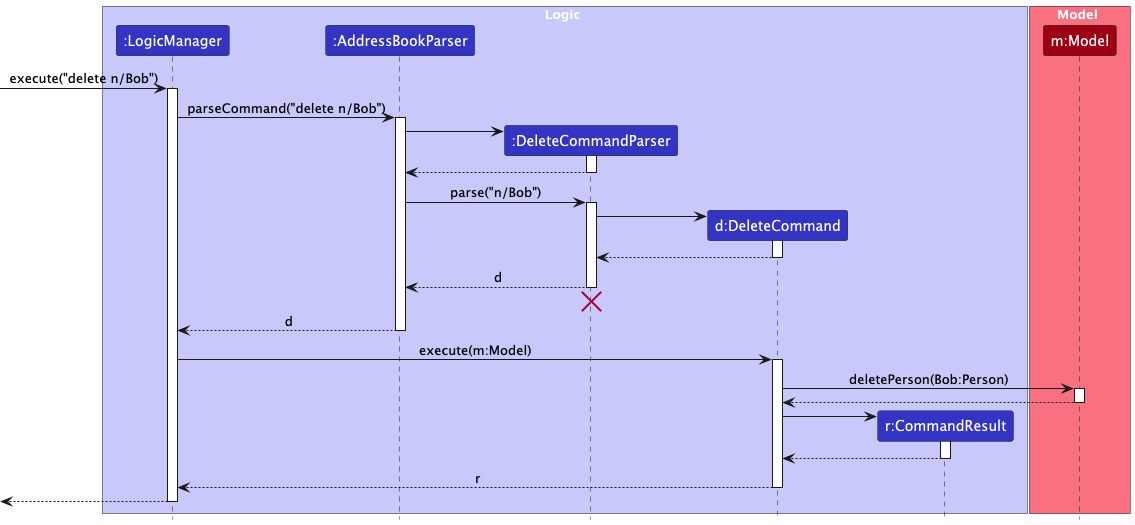
The PlantUML diagram docs/images/DeleteSequenceDiagram.png in nus-cs2103-AY2425S1/tp, before a commit.
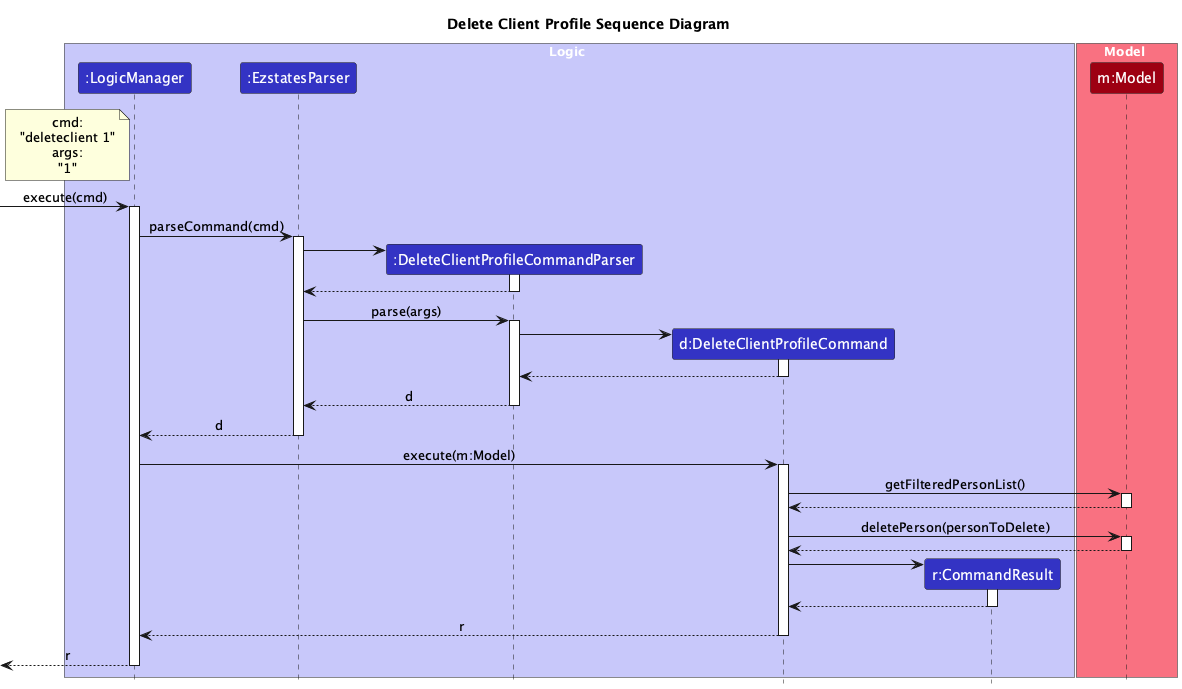
Later version of the same file.

What changed in the source:
```diff
@@ -1,69 +1,78 @@
 @startuml
 !include style.puml
 skinparam ArrowFontStyle plain
+skinparam ParticipantBackgroundColor LOGIC_COLOR
+
+title Delete Client Profile Sequence Diagram
 
 box Logic LOGIC_COLOR_T1
 participant ":LogicManager" as LogicManager LOGIC_COLOR
-participant ":AddressBookParser" as AddressBookParser LOGIC_COLOR
-participant ":DeleteCommandParser" as DeleteCommandParser LOGIC_COLOR
-participant "d:DeleteCommand" as DeleteCommand LOGIC_COLOR
+participant ":EzstatesParser" as EzstatesParser LOGIC_COLOR
+participant ":DeleteClientProfileCommandParser" as DeleteClientProfileCommandParser LOGIC_COLOR
+participant "d:DeleteClientProfileCommand" as DeleteClientProfileCommand LOGIC_COLOR
 participant "r:CommandResult" as CommandResult LOGIC_COLOR
 end box
+
+note left of LogicManager
+cmd:
+"deleteclient 1"
+args:
+"1"
+end note
 
 box Model MODEL_COLOR_T1
 participant "m:Model" as Model MODEL_COLOR
 end box
 
-[-> LogicManager : execute("delete n/Bob")
+[-> LogicManager : execute(cmd)
 activate LogicManager
 
-LogicManager -> AddressBookParser : parseCommand("delete n/Bob")
-activate AddressBookParser
+LogicManager -> EzstatesParser : parseCommand(cmd)
+activate EzstatesParser
 
-create DeleteCommandParser
-AddressBookParser -> DeleteCommandParser
-activate DeleteCommandParser
+create DeleteClientProfileCommandParser
+EzstatesParser -> DeleteClientProfileCommandParser
+activate DeleteClientProfileCommandParser
 
-DeleteCommandParser --> AddressBookParser
-deactivate DeleteCommandParser
+DeleteClientProfileCommandParser --> EzstatesParser
+deactivate DeleteClientProfileCommandParser
 
-AddressBookParser -> DeleteCommandParser : parse("n/Bob")
-activate DeleteCommandParser
+EzstatesParser -> DeleteClientProfileCommandParser : parse(args)
+activate DeleteClientProfileCommandParser
 
-create DeleteCommand
-DeleteCommandParser -> DeleteCommand
-activate DeleteCommand
+create DeleteClientProfileCommand
+DeleteClientProfileCommandParser -> DeleteClientProfileCommand
+activate DeleteClientProfileCommand
+DeleteClientProfileCommand --> DeleteClientProfileCommandParser
+deactivate DeleteClientProfileCommand
 
-DeleteCommand --> DeleteCommandParser :
-deactivate DeleteCommand
+DeleteClientProfileCommandParser --> EzstatesParser : d
+deactivate DeleteClientProfileCommandParser
+EzstatesParser --> LogicManager : d
+deactivate EzstatesParser
 
-DeleteCommandParser --> AddressBookParser : d
-deactivate DeleteCommandParser
-DeleteCommandParser -[hidden]-> AddressBookParser
-destroy DeleteCommandParser
+LogicManager -> DeleteClientProfileCommand : execute(m:Model)
+activate DeleteClientProfileCommand
 
-AddressBookParser --> LogicManager : d
-deactivate AddressBookParser
+DeleteClientProfileCommand -> Model : getFilteredPersonList()
+activate Model
+Model --> DeleteClientProfileCommand
+deactivate Model
 
-LogicManager -> DeleteCommand : execute(m:Model)
-activate DeleteCommand
-
-DeleteCommand -> Model : deletePerson(Bob:Person)
+DeleteClientProfileCommand -> Model : deletePerson(personToDelete)
 activate Model
-
-Model --> DeleteCommand
+Model --> DeleteClientProfileCommand
 deactivate Model
 
 create CommandResult
-DeleteCommand -> CommandResult
+DeleteClientProfileCommand -> CommandResult
 activate CommandResult
-
-CommandResult --> DeleteCommand
+CommandResult --> DeleteClientProfileCommand
 deactivate CommandResult
 
-DeleteCommand --> LogicManager : r
-deactivate DeleteCommand
+DeleteClientProfileCommand --> LogicManager : r
+deactivate DeleteClientProfileCommand
 
-[<--LogicManager
+[<-- LogicManager : r
 deactivate LogicManager
 @enduml
```
